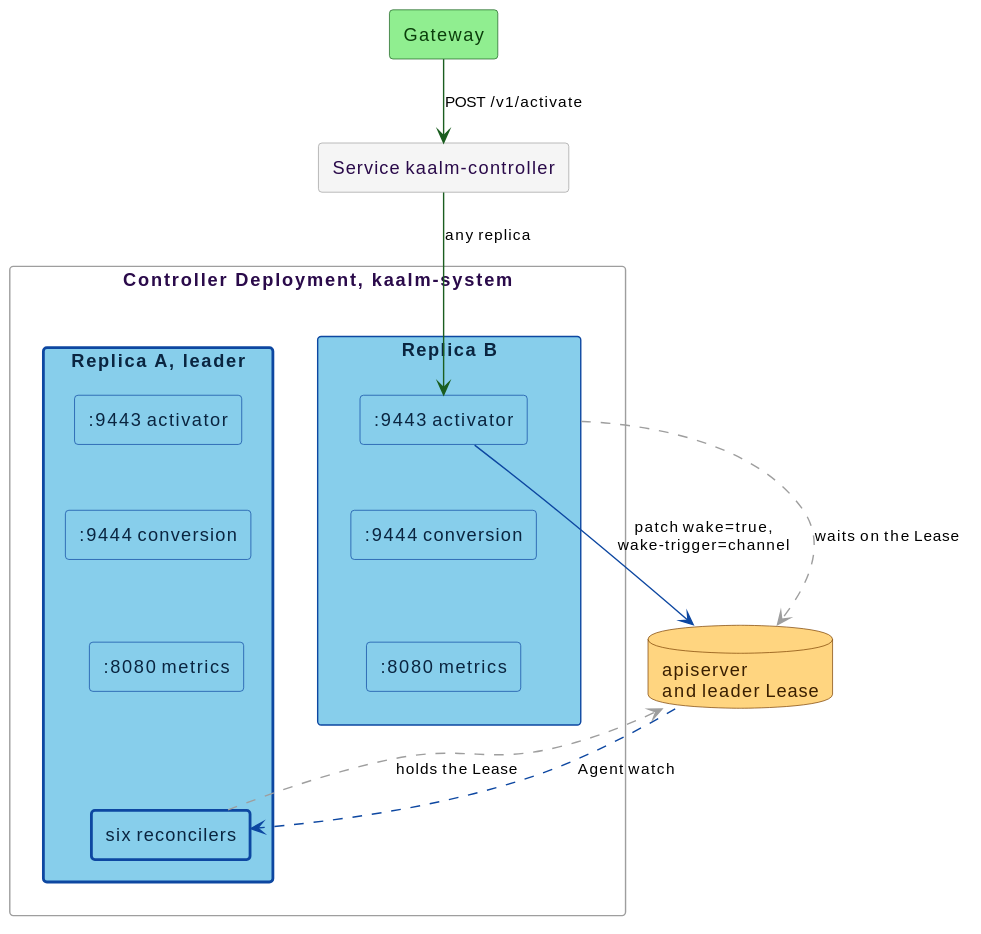
Above: docs/src/diagrams/controller-replicas.svg in win07xp/kaalm (PlantUML), before the change.
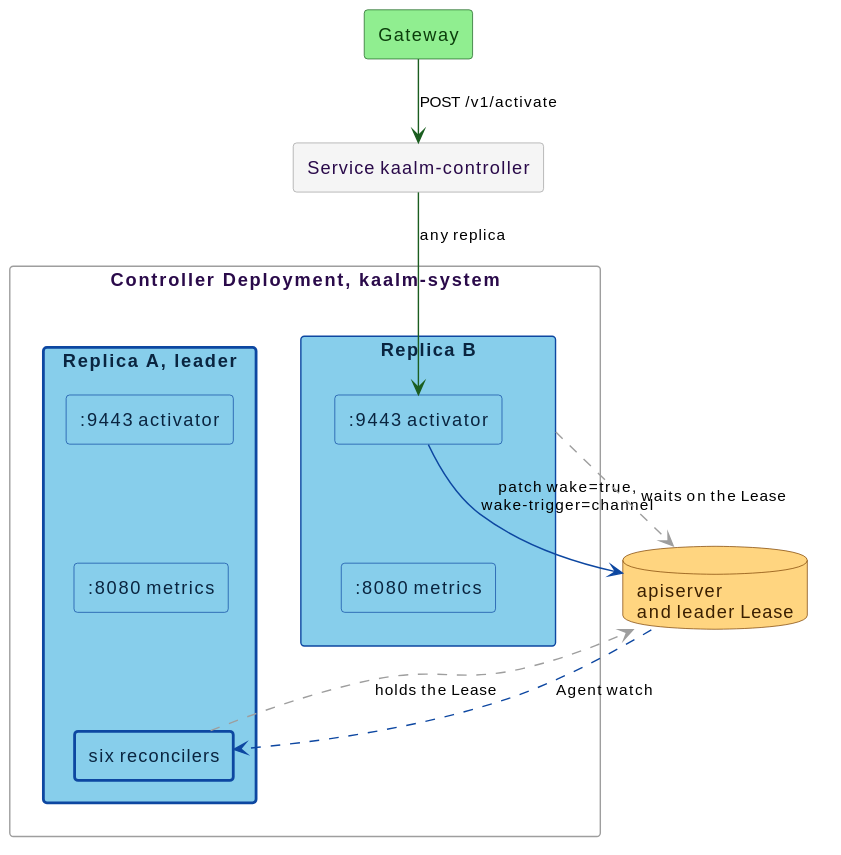
Above is the later version.

What changed in the source:
```diff
@@ -7,22 +7,18 @@
 rectangle "Controller Deployment, kaalm-system" as dep {
   rectangle "Replica A, leader" as a #back:87CEEB;line:0D47A1;line.bold;text:0a2540 {
     rectangle ":9443 activator" as a1 #back:87CEEB;line:0D47A1;text:0a2540
-    rectangle ":9444 conversion" as a2 #back:87CEEB;line:0D47A1;text:0a2540
     rectangle ":8080 metrics" as a3 #back:87CEEB;line:0D47A1;text:0a2540
     rectangle "six reconcilers" as a4 #back:87CEEB;line:0D47A1;line.bold;text:0a2540
   }
   rectangle "Replica B" as b #back:87CEEB;line:0D47A1;text:0a2540 {
     rectangle ":9443 activator" as b1 #back:87CEEB;line:0D47A1;text:0a2540
-    rectangle ":9444 conversion" as b2 #back:87CEEB;line:0D47A1;text:0a2540
     rectangle ":8080 metrics" as b3 #back:87CEEB;line:0D47A1;text:0a2540
   }
 }
 
-a1 -[hidden]-> a2
-a2 -[hidden]-> a3
+a1 -[hidden]-> a3
 a3 -[hidden]-> a4
-b1 -[hidden]-> b2
-b2 -[hidden]-> b3
+b1 -[hidden]-> b3
 
 database "apiserver\nand leader Lease" as api #back:FFD580;line:7a3f00;text:3a1f00
 
```
